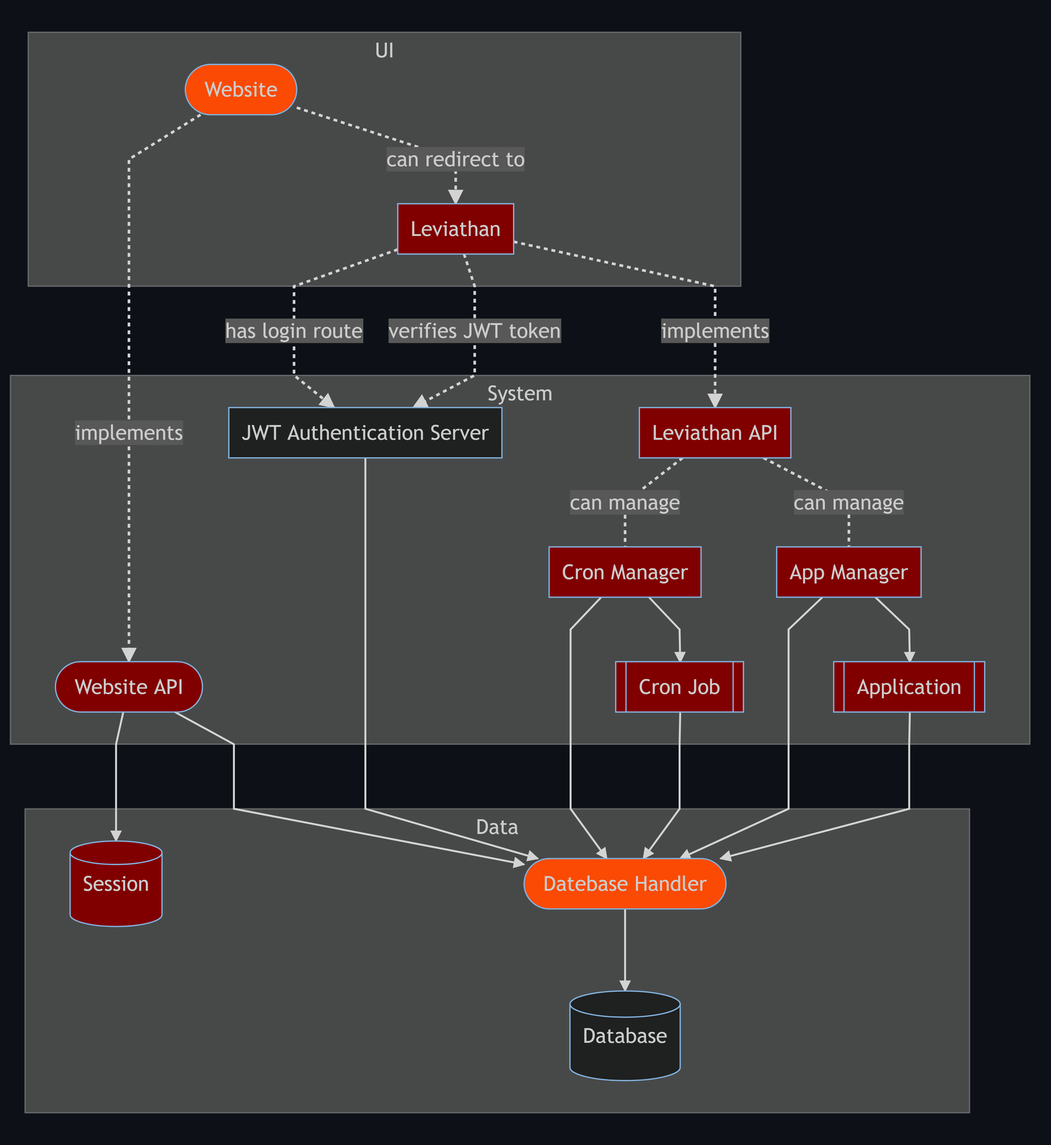
The Mermaid diagram diagrams/domain.png in olivernybo/leviathan, before a commit. Its source is kept beside it as diagrams/domain.mmd.
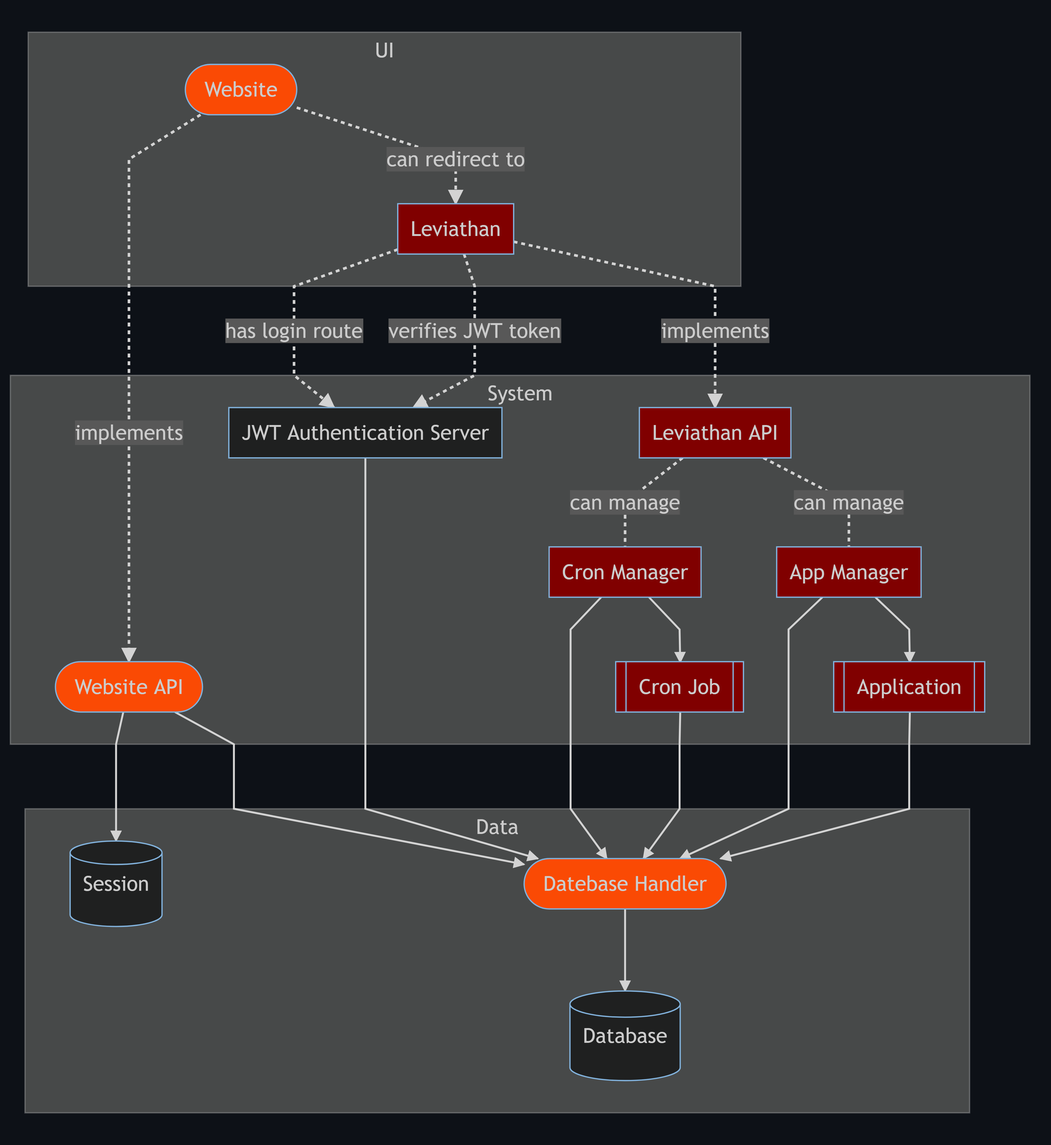
After the change.

Commit message:
updated domain diagram

Change to the diagram source:
```diff
@@ -4,7 +4,7 @@
 
 	subgraph data [Data]
 	db[(Database)]
-	session[(Session)]:::TODO
+	session[(Session)]
 	dbh([Datebase Handler]):::IN_PROGRESS
 	end
 
@@ -15,7 +15,7 @@
 
 	subgraph system [System]
 	jwt[JWT Authentication Server]
-	webapi([Website API]):::TODO
+	webapi([Website API]):::IN_PROGRESS
 	levapi[Leviathan API]:::TODO
 	cronmanager[Cron Manager]:::TODO
 	cronjob[[Cron Job]]:::TODO
```
